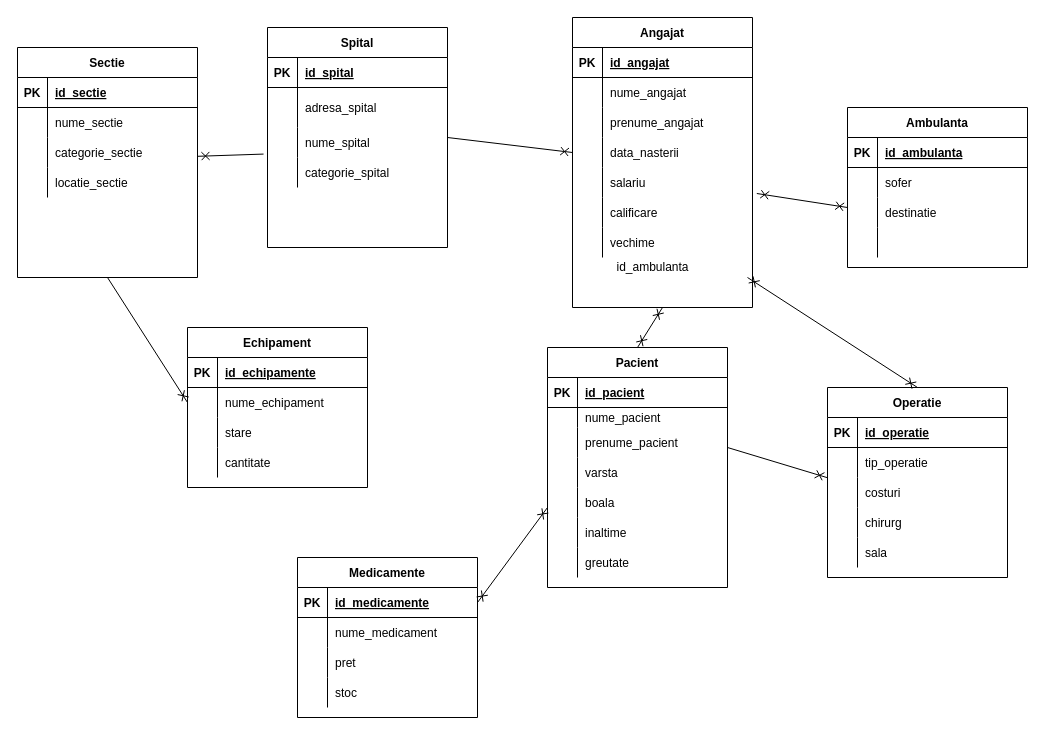
This is diagrama2.drawio from AbuniAndrei97/wickeds, a draw.io file, before an edit. Source tidied: cells renumbered, new cells numbered last; positions are measured from the earlier drawing's top-left corner, leaving out a move shared by most shapes. Both pictures are drawn from the tidied source at 100%, with x=0, y=0 at pixel (17, 17).
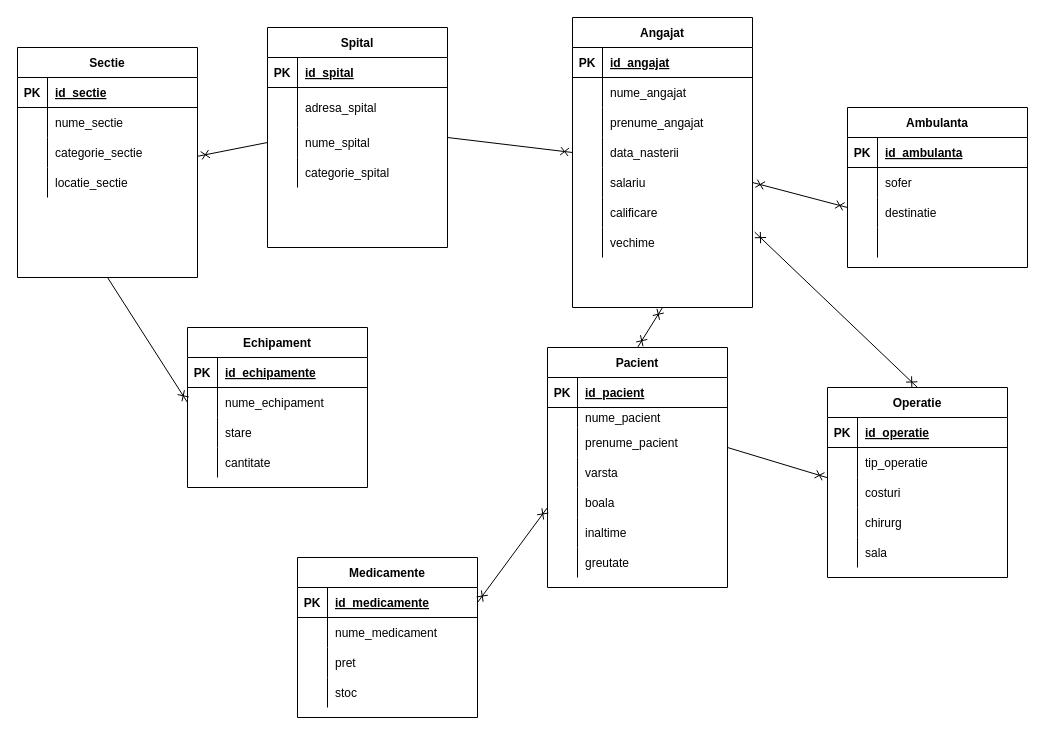
After the change.

The change refers to these unchanged cells:
```xml
<mxCell id="9" style="shape=partialRectangle;fillColor=none;top=0;left=0;bottom=0;right=0;points=[[0,0.5],[1,0.5]];portConstraint=eastwest;" parent="2" vertex="1">
  <mxGeometry y="100" width="180" height="30" as="geometry" />
</mxCell>
<mxCell id="28" style="shape=partialRectangle;fillColor=none;top=0;left=0;bottom=0;right=0;points=[[0,0.5],[1,0.5]];portConstraint=eastwest;" parent="15" vertex="1">
  <mxGeometry y="150" width="180" height="30" as="geometry" />
</mxCell>
<mxCell id="31" style="shape=partialRectangle;fillColor=none;top=0;left=0;bottom=0;right=0;points=[[0,0.5],[1,0.5]];portConstraint=eastwest;" parent="15" vertex="1">
  <mxGeometry y="180" width="180" height="30" as="geometry" />
</mxCell>
<mxCell id="34" style="shape=partialRectangle;fillColor=none;top=0;left=0;bottom=0;right=0;points=[[0,0.5],[1,0.5]];portConstraint=eastwest;" parent="15" vertex="1">
  <mxGeometry y="210" width="180" height="30" as="geometry" />
</mxCell>
<mxCell id="98" value="Operatie" style="shape=table;startSize=30;childLayout=tableLayout;rowLines=0;fontStyle=1;align=center;" parent="1" vertex="1">
  <mxGeometry x="810" y="370" width="180" height="190" as="geometry" />
</mxCell>
```

Diff of the diagram source:
```diff
@@
-    <mxCell id="130" style="endArrow=cross;html=1;rounded=0;exitX=1.024;exitY=-0.133;exitDx=0;exitDy=0;exitPerimeter=0;startArrow=cross;startFill=0;endFill=0;" parent="1" edge="1" source="31">
+    <mxCell id="130" style="endArrow=cross;html=1;rounded=0;exitX=1;exitY=0.5;exitDx=0;exitDy=0;startArrow=cross;startFill=0;endFill=0;" parent="1" edge="1" source="28">
       <mxGeometry relative="1" as="geometry">
         <mxPoint x="830" y="190" as="targetPoint" />
       </mxGeometry>
     </mxCell>
@@
-    <mxCell id="132" style="endArrow=none;html=1;rounded=0;entryX=-0.022;entryY=0.886;entryDx=0;entryDy=0;entryPerimeter=0;endFill=0;startArrow=cross;startFill=0;" parent="1" edge="1" target="9">
+    <mxCell id="132" style="endArrow=none;html=1;rounded=0;entryX=0;entryY=0.5;entryDx=0;entryDy=0;endFill=0;startArrow=cross;startFill=0;" parent="1" edge="1" target="9">
       <mxGeometry relative="1" as="geometry">
         <mxPoint x="180" y="138.8" as="sourcePoint" />
       </mxGeometry>
     </mxCell>
@@
-    <mxCell id="134" style="endArrow=cross;html=1;rounded=0;entryX=0.5;entryY=0;entryDx=0;entryDy=0;startArrow=cross;startFill=0;endFill=0;" parent="1" edge="1" target="98">
-      <mxGeometry relative="1" as="geometry">
-        <mxPoint x="730" y="260" as="sourcePoint" />
-      </mxGeometry>
+    <mxCell id="134" style="endArrow=cross;html=1;rounded=0;entryX=0.5;entryY=0;entryDx=0;entryDy=0;startArrow=cross;startFill=0;endFill=0;exitX=1.012;exitY=0.153;exitDx=0;exitDy=0;exitPerimeter=0;" parent="1" edge="1" source="34" target="98">
+      <mxGeometry relative="1" as="geometry" />
     </mxCell>
-    <mxCell id="135" value="id_ambulanta" style="text;html=1;align=center;verticalAlign=middle;strokeColor=none;" parent="1" vertex="1">
-      <mxGeometry x="590" y="240" width="90" height="20" as="geometry" />
-    </mxCell>
```
